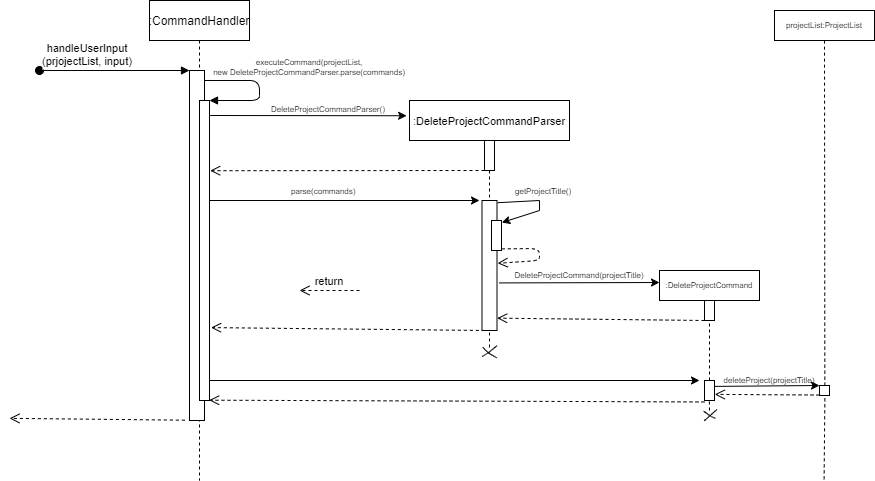
Above: docs/UmlDiagrams/deleteProjectNew.png in nus-cs2113-AY2122S2/tp (draw.io), before the change. Source tidied: cells renumbered, new cells last; positions are measured from the earlier drawing's top-left corner, leaving out a move shared by most shapes.
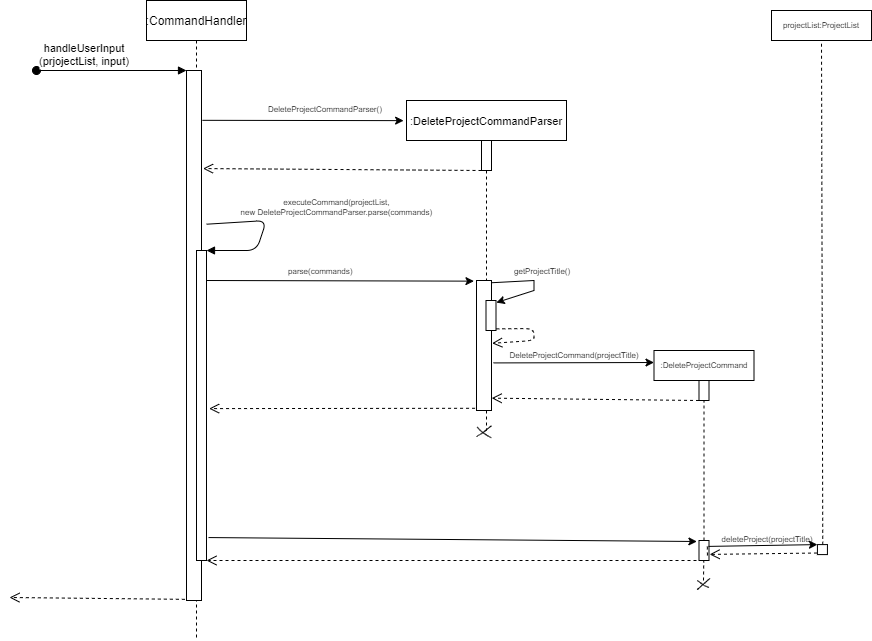
After the commit.

Diff of the diagram source:
```diff
@@ -3,181 +3,167 @@
     <mxCell id="0" />
     <mxCell id="1" parent="0" />
     <mxCell id="2" value=":CommandHandler" style="shape=umlLifeline;perimeter=lifelinePerimeter;rounded=0;shadow=0;strokeWidth=1;" parent="1" vertex="1">
-      <mxGeometry x="140" width="100" height="480" as="geometry" />
+      <mxGeometry x="140" width="100" height="640" as="geometry" />
     </mxCell>
-    <mxCell id="3" style="points=[];perimeter=orthogonalPerimeter;rounded=0;shadow=0;strokeWidth=1;" parent="2" vertex="1">
-      <mxGeometry x="40" y="70" width="15" height="350" as="geometry" />
-    </mxCell>
+    <mxCell id="45" style="points=[];perimeter=orthogonalPerimeter;rounded=0;shadow=0;strokeWidth=1;" parent="2" vertex="1">
+      <mxGeometry x="40" y="70" width="15" height="530" as="geometry" />
+    </mxCell>
-    <mxCell id="4" value="handleUserInput&#10;(prjojectList, input)" style="verticalAlign=bottom;startArrow=oval;endArrow=block;startSize=8;shadow=0;strokeWidth=1;" parent="2" edge="1" target="3">
+    <mxCell id="4" value="handleUserInput&#10;(prjojectList, input)" style="verticalAlign=bottom;startArrow=oval;endArrow=block;startSize=8;shadow=0;strokeWidth=1;" parent="2" edge="1" target="45">
       <mxGeometry x="-0.35" relative="1" as="geometry">
         <mxPoint x="-110" y="70" as="sourcePoint" />
       </mxGeometry>
     </mxCell>
-    <mxCell id="5" value="executeCommand(projectList,&#10;new DeleteProjectCommandParser.parse(commands)" style="verticalAlign=bottom;endArrow=block;shadow=0;strokeWidth=1;fontSize=8;" parent="2" edge="1" source="3">
-      <mxGeometry x="-0.12" y="50" relative="1" as="geometry">
-        <mxPoint x="60" y="100" as="targetPoint" />
-        <Array as="points">
-          <mxPoint x="110" y="80" />
-          <mxPoint x="110" y="100" />
-        </Array>
-      </mxGeometry>
-    </mxCell>
-    <mxCell id="6" style="endArrow=classic;html=1;rounded=0;fontSize=8;exitX=1.26;exitY=0.119;exitDx=0;exitDy=0;exitPerimeter=0;" parent="2" edge="1">
-      <mxGeometry relative="1" as="geometry">
-        <mxPoint x="55" y="380" as="sourcePoint" />
-        <mxPoint x="550" y="380" as="targetPoint" />
-      </mxGeometry>
-    </mxCell>
+    <mxCell id="46" style="endArrow=classic;html=1;rounded=0;fontSize=8;entryX=-0.17;entryY=0.005;entryDx=0;entryDy=0;entryPerimeter=0;" parent="2" edge="1" target="63">
+      <mxGeometry relative="1" as="geometry">
+        <mxPoint x="60" y="280" as="sourcePoint" />
+      </mxGeometry>
+    </mxCell>
     <mxCell id="7" value=":DeleteProjectCommandParser" style="shape=umlLifeline;perimeter=lifelinePerimeter;rounded=0;shadow=0;strokeWidth=1;fontSize=11;" parent="1" vertex="1">
-      <mxGeometry x="400" y="100" width="160" height="250" as="geometry" />
+      <mxGeometry x="400" y="100" width="160" height="330" as="geometry" />
     </mxCell>
     <mxCell id="8" style="perimeter=orthogonalPerimeter;rounded=0;shadow=0;strokeWidth=1;" parent="7" vertex="1">
       <mxGeometry x="75" y="40" width="10" height="30" as="geometry" />
     </mxCell>
-    <mxCell id="9" style="verticalAlign=bottom;endArrow=open;dashed=1;endSize=8;shadow=0;strokeWidth=1;entryX=1.067;entryY=0.234;entryDx=0;entryDy=0;entryPerimeter=0;" parent="7" edge="1" target="15">
-      <mxGeometry relative="1" as="geometry">
-        <mxPoint x="75" y="70" as="sourcePoint" />
-      </mxGeometry>
-    </mxCell>
-    <mxCell id="10" style="points=[];perimeter=orthogonalPerimeter;rounded=0;shadow=0;strokeWidth=1;" parent="7" vertex="1">
-      <mxGeometry x="72.5" y="100" width="15" height="130" as="geometry" />
-    </mxCell>
-    <mxCell id="11" style="points=[];perimeter=orthogonalPerimeter;rounded=0;shadow=0;strokeWidth=1;" parent="7" vertex="1">
-      <mxGeometry x="82" y="120" width="10" height="30" as="geometry" />
-    </mxCell>
-    <mxCell id="12" style="endArrow=classic;html=1;rounded=0;fontSize=8;exitX=1.04;exitY=0.017;exitDx=0;exitDy=0;exitPerimeter=0;entryX=1.033;entryY=0.07;entryDx=0;entryDy=0;entryPerimeter=0;" parent="7" edge="1" source="10" target="11">
-      <mxGeometry relative="1" as="geometry">
-        <Array as="points">
-          <mxPoint x="130" y="100" />
-          <mxPoint x="130" y="110" />
-        </Array>
-      </mxGeometry>
-    </mxCell>
-    <mxCell id="13" style="verticalAlign=bottom;endArrow=open;dashed=1;endSize=8;shadow=0;strokeWidth=1;exitX=1.029;exitY=0.946;exitDx=0;exitDy=0;exitPerimeter=0;entryX=1.043;entryY=0.483;entryDx=0;entryDy=0;entryPerimeter=0;" parent="7" edge="1" source="11" target="10">
-      <mxGeometry x="-0.67" y="-30" relative="1" as="geometry">
-        <Array as="points">
-          <mxPoint x="130" y="148" />
-          <mxPoint x="130" y="160" />
-        </Array>
-      </mxGeometry>
-    </mxCell>
-    <mxCell id="14" value="return" style="verticalAlign=bottom;endArrow=open;dashed=1;endSize=8;shadow=0;strokeWidth=1;" parent="1" edge="1">
-      <mxGeometry relative="1" as="geometry">
-        <mxPoint x="350" y="290" as="sourcePoint" />
-        <mxPoint x="290" y="290" as="targetPoint" />
-      </mxGeometry>
-    </mxCell>
-    <mxCell id="15" style="rounded=0;whiteSpace=wrap;html=1;fontSize=8;" parent="1" vertex="1">
-      <mxGeometry x="190" y="100" width="10" height="300" as="geometry" />
-    </mxCell>
-    <mxCell id="16" style="endArrow=classic;html=1;rounded=0;fontSize=8;entryX=-0.018;entryY=0.061;entryDx=0;entryDy=0;entryPerimeter=0;exitX=1.067;exitY=0.05;exitDx=0;exitDy=0;exitPerimeter=0;" parent="1" edge="1" source="15" target="7">
-      <mxGeometry relative="1" as="geometry" />
-    </mxCell>
+    <mxCell id="47" style="verticalAlign=bottom;endArrow=open;dashed=1;endSize=8;shadow=0;strokeWidth=1;entryX=1.103;entryY=0.185;entryDx=0;entryDy=0;entryPerimeter=0;" parent="7" edge="1" target="45">
+      <mxGeometry relative="1" as="geometry">
+        <mxPoint x="75" y="70" as="sourcePoint" />
+      </mxGeometry>
+    </mxCell>
+    <mxCell id="48" style="rounded=0;whiteSpace=wrap;html=1;fontSize=8;" parent="1" vertex="1">
+      <mxGeometry x="190" y="250" width="10" height="310" as="geometry" />
+    </mxCell>
+    <mxCell id="49" style="endArrow=classic;html=1;rounded=0;fontSize=8;entryX=-0.018;entryY=0.061;entryDx=0;entryDy=0;entryPerimeter=0;exitX=1.063;exitY=0.094;exitDx=0;exitDy=0;exitPerimeter=0;" parent="1" edge="1" source="45" target="7">
+      <mxGeometry relative="1" as="geometry" />
+    </mxCell>
     <mxCell id="17" value="&lt;div style=&quot;text-align: center&quot;&gt;&lt;font face=&quot;helvetica&quot;&gt;&lt;span style=&quot;background-color: rgb(255 , 255 , 255)&quot;&gt;DeleteProjectCommandParser()&lt;/span&gt;&lt;/font&gt;&lt;/div&gt;" style="text;whiteSpace=wrap;html=1;fontSize=8;" parent="1" vertex="1">
       <mxGeometry x="260" y="98" width="110" height="20" as="geometry" />
     </mxCell>
-    <mxCell id="18" style="endArrow=classic;html=1;rounded=0;fontSize=8;exitX=1.26;exitY=0.119;exitDx=0;exitDy=0;exitPerimeter=0;" parent="1" edge="1">
-      <mxGeometry relative="1" as="geometry">
-        <mxPoint x="200" y="200" as="sourcePoint" />
-        <mxPoint x="470" y="200" as="targetPoint" />
-      </mxGeometry>
-    </mxCell>
     <mxCell id="19" value="&lt;div style=&quot;text-align: center&quot;&gt;&lt;font face=&quot;helvetica&quot;&gt;&lt;span style=&quot;background-color: rgb(255 , 255 , 255)&quot;&gt;parse(commands)&lt;/span&gt;&lt;/font&gt;&lt;/div&gt;" style="text;whiteSpace=wrap;html=1;fontSize=8;" parent="1" vertex="1">
-      <mxGeometry x="280" y="180" width="110" height="20" as="geometry" />
+      <mxGeometry x="280" y="260" width="110" height="20" as="geometry" />
     </mxCell>
     <mxCell id="20" value="&lt;div style=&quot;text-align: center&quot;&gt;&lt;font face=&quot;helvetica&quot;&gt;&lt;span style=&quot;background-color: rgb(255 , 255 , 255)&quot;&gt;getProjectTitle()&lt;/span&gt;&lt;/font&gt;&lt;/div&gt;" style="text;whiteSpace=wrap;html=1;fontSize=8;" parent="1" vertex="1">
-      <mxGeometry x="504" y="180" width="110" height="20" as="geometry" />
+      <mxGeometry x="505.5" y="260" width="110" height="20" as="geometry" />
     </mxCell>
-    <mxCell id="21" style="endArrow=classic;html=1;rounded=0;fontSize=8;exitX=1.134;exitY=0.634;exitDx=0;exitDy=0;exitPerimeter=0;" parent="1" edge="1" source="10">
-      <mxGeometry relative="1" as="geometry">
-        <mxPoint x="650" y="282" as="targetPoint" />
-      </mxGeometry>
-    </mxCell>
-    <mxCell id="22" style="rounded=0;whiteSpace=wrap;html=1;fontSize=8;" parent="1" vertex="1">
-      <mxGeometry x="650" y="270" width="100" height="30" as="geometry" />
-    </mxCell>
+    <mxCell id="50" style="verticalAlign=bottom;endArrow=open;dashed=1;endSize=8;shadow=0;strokeWidth=1;entryX=1.264;entryY=0.51;entryDx=0;entryDy=0;exitX=-0.097;exitY=0.983;exitDx=0;exitDy=0;exitPerimeter=0;entryPerimeter=0;" parent="1" edge="1" source="63" target="48">
+      <mxGeometry x="0.11" y="-9" relative="1" as="geometry" />
+    </mxCell>
+    <mxCell id="51" style="endArrow=none;dashed=1;html=1;rounded=0;fontSize=8;entryX=0.5;entryY=1;entryDx=0;entryDy=0;entryPerimeter=0;exitX=0.5;exitY=0;exitDx=0;exitDy=0;exitPerimeter=0;" parent="1" edge="1" source="52" target="69">
+      <mxGeometry relative="1" as="geometry" />
+    </mxCell>
+    <mxCell id="52" style="points=[];perimeter=orthogonalPerimeter;rounded=0;shadow=0;strokeWidth=1;" parent="1" vertex="1">
+      <mxGeometry x="692.5" y="540" width="10" height="20" as="geometry" />
+    </mxCell>
+    <mxCell id="53" style="verticalAlign=bottom;endArrow=open;dashed=1;endSize=8;shadow=0;strokeWidth=1;entryX=1;entryY=1;entryDx=0;entryDy=0;" parent="1" edge="1" target="48">
+      <mxGeometry x="0.11" y="-9" relative="1" as="geometry">
+        <mxPoint x="690" y="560" as="sourcePoint" />
+      </mxGeometry>
+    </mxCell>
+    <mxCell id="54" style="endArrow=none;dashed=1;html=1;rounded=0;fontSize=8;entryX=0.5;entryY=1;entryDx=0;entryDy=0;entryPerimeter=0;" parent="1" edge="1">
+      <mxGeometry relative="1" as="geometry">
+        <mxPoint x="700.9" y="555" as="sourcePoint" />
+        <mxPoint x="700.8" y="545" as="targetPoint" />
+      </mxGeometry>
+    </mxCell>
+    <mxCell id="55" style="shape=(stored shape, 420 characters);fillColor=none;fontSize=8;" parent="1" vertex="1">
+      <mxGeometry x="690.6" y="580" width="11.9" height="7.1" as="geometry" />
+    </mxCell>
+    <mxCell id="56" style="shape=(stored shape, 264 characters);fillColor=none;fontSize=8;" parent="1" vertex="1">
+      <mxGeometry x="690.6" y="578" width="13" height="11.1" as="geometry" />
+    </mxCell>
+    <mxCell id="57" style="verticalAlign=bottom;endArrow=open;dashed=1;endSize=8;shadow=0;strokeWidth=1;" parent="1" edge="1">
+      <mxGeometry x="0.11" y="-9" relative="1" as="geometry">
+        <mxPoint x="178.3" y="598.8" as="sourcePoint" />
+        <mxPoint x="3" y="597" as="targetPoint" />
+      </mxGeometry>
+    </mxCell>
+    <mxCell id="37" style="rounded=0;whiteSpace=wrap;html=1;fontSize=8;" parent="1" vertex="1">
+      <mxGeometry x="765" y="10" width="100" height="30" as="geometry" />
+    </mxCell>
+    <mxCell id="38" value="projectList:ProjectList" style="text;html=1;strokeColor=none;fillColor=none;align=center;verticalAlign=middle;whiteSpace=wrap;rounded=0;fontSize=8;" parent="1" vertex="1">
+      <mxGeometry x="785" y="10" width="60" height="30" as="geometry" />
+    </mxCell>
+    <mxCell id="58" style="endArrow=none;dashed=1;html=1;rounded=0;fontSize=11;entryX=0.5;entryY=1;entryDx=0;entryDy=0;exitX=0.533;exitY=0.014;exitDx=0;exitDy=0;exitPerimeter=0;" parent="1" edge="1" source="59" target="38">
+      <mxGeometry relative="1" as="geometry" />
+    </mxCell>
+    <mxCell id="59" style="points=[];perimeter=orthogonalPerimeter;rounded=0;shadow=0;strokeWidth=1;" parent="1" vertex="1">
+      <mxGeometry x="810.9" y="544.1" width="10" height="10" as="geometry" />
+    </mxCell>
+    <mxCell id="60" style="endArrow=classic;html=1;rounded=0;fontSize=11;exitX=0.948;exitY=0.295;exitDx=0;exitDy=0;exitPerimeter=0;entryX=0;entryY=0;entryDx=0;entryDy=0;entryPerimeter=0;" parent="1" edge="1" source="52" target="59">
+      <mxGeometry relative="1" as="geometry" />
+    </mxCell>
+    <mxCell id="42" value="deleteProject(projectTitle)" style="text;html=1;strokeColor=none;fillColor=none;align=center;verticalAlign=middle;whiteSpace=wrap;rounded=0;fontSize=8;" parent="1" vertex="1">
+      <mxGeometry x="730.9" y="524.1" width="60" height="30" as="geometry" />
+    </mxCell>
+    <mxCell id="61" style="verticalAlign=bottom;endArrow=open;dashed=1;endSize=8;shadow=0;strokeWidth=1;exitX=-0.045;exitY=0.843;exitDx=0;exitDy=0;exitPerimeter=0;entryX=1.063;entryY=0.695;entryDx=0;entryDy=0;entryPerimeter=0;" parent="1" edge="1" source="59" target="52">
+      <mxGeometry x="0.11" y="-9" relative="1" as="geometry" />
+    </mxCell>
+    <mxCell id="62" style="endArrow=classic;html=1;rounded=0;fontSize=8;exitX=1.2;exitY=0.926;exitDx=0;exitDy=0;exitPerimeter=0;entryX=-0.212;entryY=0.05;entryDx=0;entryDy=0;entryPerimeter=0;" parent="1" edge="1" source="48" target="52">
+      <mxGeometry relative="1" as="geometry" />
+    </mxCell>
+    <mxCell id="63" style="points=[];perimeter=orthogonalPerimeter;rounded=0;shadow=0;strokeWidth=1;" parent="1" vertex="1">
+      <mxGeometry x="470" y="280" width="15" height="130" as="geometry" />
+    </mxCell>
+    <mxCell id="64" style="points=[];perimeter=orthogonalPerimeter;rounded=0;shadow=0;strokeWidth=1;" parent="1" vertex="1">
+      <mxGeometry x="479.5" y="300" width="10" height="30" as="geometry" />
+    </mxCell>
+    <mxCell id="65" style="endArrow=classic;html=1;rounded=0;fontSize=8;exitX=1.04;exitY=0.017;exitDx=0;exitDy=0;exitPerimeter=0;entryX=1.033;entryY=0.07;entryDx=0;entryDy=0;entryPerimeter=0;" parent="1" edge="1" source="63" target="64">
+      <mxGeometry relative="1" as="geometry">
+        <Array as="points">
+          <mxPoint x="527.5" y="280" />
+          <mxPoint x="527.5" y="290" />
+        </Array>
+      </mxGeometry>
+    </mxCell>
+    <mxCell id="66" style="verticalAlign=bottom;endArrow=open;dashed=1;endSize=8;shadow=0;strokeWidth=1;exitX=1.029;exitY=0.946;exitDx=0;exitDy=0;exitPerimeter=0;entryX=1.043;entryY=0.483;entryDx=0;entryDy=0;entryPerimeter=0;" parent="1" edge="1" source="64" target="63">
+      <mxGeometry x="-0.67" y="-30" relative="1" as="geometry">
+        <Array as="points">
+          <mxPoint x="527.5" y="328" />
+          <mxPoint x="527.5" y="340" />
+        </Array>
+      </mxGeometry>
+    </mxCell>
+    <mxCell id="67" style="endArrow=classic;html=1;rounded=0;fontSize=8;exitX=1.134;exitY=0.634;exitDx=0;exitDy=0;exitPerimeter=0;" parent="1" edge="1" source="63">
+      <mxGeometry relative="1" as="geometry">
+        <mxPoint x="647.5" y="362" as="targetPoint" />
+      </mxGeometry>
+    </mxCell>
+    <mxCell id="68" style="rounded=0;whiteSpace=wrap;html=1;fontSize=8;" parent="1" vertex="1">
+      <mxGeometry x="647.5" y="350" width="100" height="30" as="geometry" />
+    </mxCell>
     <mxCell id="23" value=":DeleteProjectCommand" style="text;html=1;strokeColor=none;fillColor=none;align=center;verticalAlign=middle;whiteSpace=wrap;rounded=0;fontSize=8;" parent="1" vertex="1">
-      <mxGeometry x="670" y="270" width="60" height="30" as="geometry" />
+      <mxGeometry x="667.5" y="350" width="60" height="30" as="geometry" />
     </mxCell>
     <mxCell id="24" value="DeleteProjectCommand(projectTitle)" style="text;html=1;strokeColor=none;fillColor=none;align=center;verticalAlign=middle;whiteSpace=wrap;rounded=0;fontSize=8;" parent="1" vertex="1">
-      <mxGeometry x="540" y="260" width="60" height="30" as="geometry" />
+      <mxGeometry x="537.5" y="340" width="60" height="30" as="geometry" />
     </mxCell>
-    <mxCell id="25" style="points=[];perimeter=orthogonalPerimeter;rounded=0;shadow=0;strokeWidth=1;" parent="1" vertex="1">
-      <mxGeometry x="695" y="300" width="10" height="20" as="geometry" />
-    </mxCell>
-    <mxCell id="26" style="verticalAlign=bottom;endArrow=open;dashed=1;endSize=8;shadow=0;strokeWidth=1;entryX=1.012;entryY=0.905;entryDx=0;entryDy=0;entryPerimeter=0;" parent="1" edge="1" target="10">
-      <mxGeometry x="0.11" y="-9" relative="1" as="geometry">
-        <mxPoint x="695" y="320" as="sourcePoint" />
-      </mxGeometry>
-    </mxCell>
-    <mxCell id="27" style="verticalAlign=bottom;endArrow=open;dashed=1;endSize=8;shadow=0;strokeWidth=1;entryX=1.156;entryY=0.757;entryDx=0;entryDy=0;entryPerimeter=0;" parent="1" edge="1" target="15">
-      <mxGeometry x="0.11" y="-9" relative="1" as="geometry">
-        <mxPoint x="475.3" y="330" as="sourcePoint" />
-      </mxGeometry>
-    </mxCell>
-    <mxCell id="28" style="endArrow=none;dashed=1;html=1;rounded=0;fontSize=8;entryX=0.5;entryY=1;entryDx=0;entryDy=0;entryPerimeter=0;exitX=0.5;exitY=0;exitDx=0;exitDy=0;exitPerimeter=0;" parent="1" edge="1" source="31" target="25">
-      <mxGeometry relative="1" as="geometry" />
-    </mxCell>
-    <mxCell id="29" style="shape=(stored shape, 400 characters);fillColor=none;fontSize=8;" parent="1" vertex="1">
-      <mxGeometry x="473.2" y="346.6" width="14.1" height="10.9" as="geometry" />
-    </mxCell>
-    <mxCell id="30" style="shape=(stored shape, 496 characters);fillColor=none;fontSize=8;" parent="1" vertex="1">
-      <mxGeometry x="472.6" y="345.3" width="15" height="10.9" as="geometry" />
-    </mxCell>
-    <mxCell id="31" style="points=[];perimeter=orthogonalPerimeter;rounded=0;shadow=0;strokeWidth=1;" parent="1" vertex="1">
-      <mxGeometry x="695" y="380" width="10" height="20" as="geometry" />
-    </mxCell>
-    <mxCell id="32" style="verticalAlign=bottom;endArrow=open;dashed=1;endSize=8;shadow=0;strokeWidth=1;entryX=1.311;entryY=0.942;entryDx=0;entryDy=0;entryPerimeter=0;" parent="1" edge="1" target="3">
-      <mxGeometry x="0.11" y="-9" relative="1" as="geometry">
-        <mxPoint x="695" y="401.5" as="sourcePoint" />
-      </mxGeometry>
-    </mxCell>
-    <mxCell id="33" style="endArrow=none;dashed=1;html=1;rounded=0;fontSize=8;entryX=0.5;entryY=1;entryDx=0;entryDy=0;entryPerimeter=0;" parent="1" edge="1">
-      <mxGeometry relative="1" as="geometry">
-        <mxPoint x="700" y="410" as="sourcePoint" />
-        <mxPoint x="699.9" y="400" as="targetPoint" />
-      </mxGeometry>
-    </mxCell>
-    <mxCell id="34" style="shape=(stored shape, 420 characters);fillColor=none;fontSize=8;" parent="1" vertex="1">
-      <mxGeometry x="694.1" y="410.8" width="11.9" height="7.1" as="geometry" />
-    </mxCell>
-    <mxCell id="35" style="shape=(stored shape, 264 characters);fillColor=none;fontSize=8;" parent="1" vertex="1">
-      <mxGeometry x="694.6" y="409.1" width="13" height="11.1" as="geometry" />
-    </mxCell>
-    <mxCell id="36" style="verticalAlign=bottom;endArrow=open;dashed=1;endSize=8;shadow=0;strokeWidth=1;" parent="1" edge="1">
-      <mxGeometry x="0.11" y="-9" relative="1" as="geometry">
-        <mxPoint x="175.3" y="419.7" as="sourcePoint" />
-        <mxPoint y="417.8" as="targetPoint" />
-      </mxGeometry>
-    </mxCell>
-    <mxCell id="37" style="rounded=0;whiteSpace=wrap;html=1;fontSize=8;" parent="1" vertex="1">
-      <mxGeometry x="765" y="10" width="100" height="30" as="geometry" />
-    </mxCell>
-    <mxCell id="38" value="projectList:ProjectList" style="text;html=1;strokeColor=none;fillColor=none;align=center;verticalAlign=middle;whiteSpace=wrap;rounded=0;fontSize=8;" parent="1" vertex="1">
-      <mxGeometry x="785" y="10" width="60" height="30" as="geometry" />
-    </mxCell>
-    <mxCell id="39" style="endArrow=none;dashed=1;html=1;rounded=0;fontSize=11;entryX=0.5;entryY=1;entryDx=0;entryDy=0;exitX=0.533;exitY=0.014;exitDx=0;exitDy=0;exitPerimeter=0;" parent="1" edge="1" source="40" target="38">
-      <mxGeometry relative="1" as="geometry" />
-    </mxCell>
-    <mxCell id="40" style="points=[];perimeter=orthogonalPerimeter;rounded=0;shadow=0;strokeWidth=1;" parent="1" vertex="1">
-      <mxGeometry x="810" y="385" width="10" height="10" as="geometry" />
-    </mxCell>
-    <mxCell id="41" style="endArrow=classic;html=1;rounded=0;fontSize=11;exitX=0.948;exitY=0.295;exitDx=0;exitDy=0;exitPerimeter=0;entryX=0;entryY=0;entryDx=0;entryDy=0;entryPerimeter=0;" parent="1" edge="1" source="31" target="40">
-      <mxGeometry relative="1" as="geometry" />
-    </mxCell>
-    <mxCell id="42" value="deleteProject(projectTitle)" style="text;html=1;strokeColor=none;fillColor=none;align=center;verticalAlign=middle;whiteSpace=wrap;rounded=0;fontSize=8;" parent="1" vertex="1">
-      <mxGeometry x="730" y="365" width="60" height="30" as="geometry" />
-    </mxCell>
-    <mxCell id="43" style="verticalAlign=bottom;endArrow=open;dashed=1;endSize=8;shadow=0;strokeWidth=1;entryX=1.024;entryY=0.695;entryDx=0;entryDy=0;entryPerimeter=0;" parent="1" edge="1" target="31">
-      <mxGeometry x="0.11" y="-9" relative="1" as="geometry">
-        <mxPoint x="810" y="394.5" as="sourcePoint" />
-      </mxGeometry>
-    </mxCell>
-    <mxCell id="44" style="endArrow=none;dashed=1;html=1;rounded=0;fontSize=11;entryX=0.435;entryY=1.044;entryDx=0;entryDy=0;entryPerimeter=0;exitX=0.533;exitY=0.014;exitDx=0;exitDy=0;exitPerimeter=0;" parent="1" edge="1">
-      <mxGeometry relative="1" as="geometry">
-        <mxPoint x="814.6" y="478.8" as="sourcePoint" />
-        <mxPoint x="815.4" y="395" as="targetPoint" />
-      </mxGeometry>
-    </mxCell>
+    <mxCell id="69" style="points=[];perimeter=orthogonalPerimeter;rounded=0;shadow=0;strokeWidth=1;" parent="1" vertex="1">
+      <mxGeometry x="692.5" y="380" width="10" height="20" as="geometry" />
+    </mxCell>
+    <mxCell id="70" style="verticalAlign=bottom;endArrow=open;dashed=1;endSize=8;shadow=0;strokeWidth=1;entryX=1.012;entryY=0.905;entryDx=0;entryDy=0;entryPerimeter=0;" parent="1" edge="1" target="63">
+      <mxGeometry x="0.11" y="-9" relative="1" as="geometry">
+        <mxPoint x="692.5" y="400" as="sourcePoint" />
+      </mxGeometry>
+    </mxCell>
+    <mxCell id="71" style="shape=(stored shape, 400 characters);fillColor=none;fontSize=8;" parent="1" vertex="1">
+      <mxGeometry x="470.7" y="426.6" width="14.1" height="10.9" as="geometry" />
+    </mxCell>
+    <mxCell id="72" style="shape=(stored shape, 496 characters);fillColor=none;fontSize=8;" parent="1" vertex="1">
+      <mxGeometry x="470.1" y="425.3" width="15" height="10.9" as="geometry" />
+    </mxCell>
+    <mxCell id="5" value="executeCommand(projectList,&#10;new DeleteProjectCommandParser.parse(commands)" style="verticalAlign=bottom;endArrow=block;shadow=0;strokeWidth=1;fontSize=8;exitX=1.345;exitY=0.29;exitDx=0;exitDy=0;exitPerimeter=0;entryX=1;entryY=0;entryDx=0;entryDy=0;" parent="1" edge="1" source="45" target="48">
+      <mxGeometry x="-0.15" y="70" relative="1" as="geometry">
+        <Array as="points">
+          <mxPoint x="260" y="220" />
+          <mxPoint x="250" y="250" />
+        </Array>
+        <mxPoint x="4" y="-22" as="offset" />
+      </mxGeometry>
+    </mxCell>
+    <mxCell id="73" style="endArrow=none;dashed=1;html=1;rounded=0;fontSize=8;entryX=0.5;entryY=1;entryDx=0;entryDy=0;entryPerimeter=0;" parent="1" edge="1">
+      <mxGeometry relative="1" as="geometry">
+        <mxPoint x="697" y="580" as="sourcePoint" />
+        <mxPoint x="697.3" y="560" as="targetPoint" />
+      </mxGeometry>
+    </mxCell>
   </root>
 </mxGraphModel>
```
